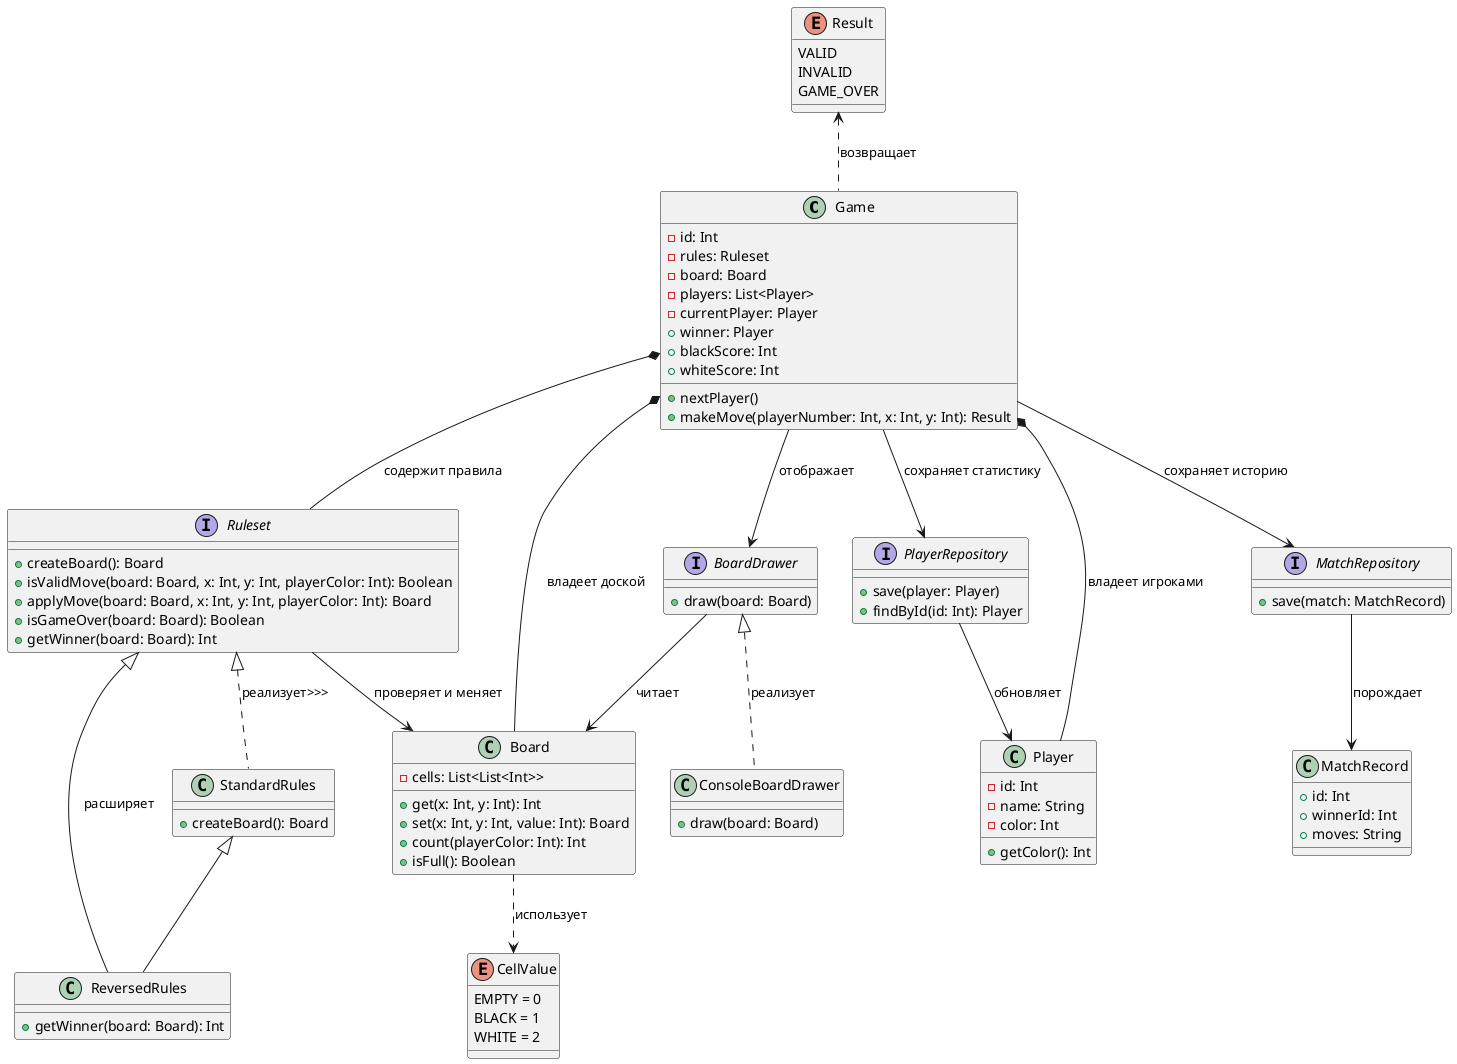
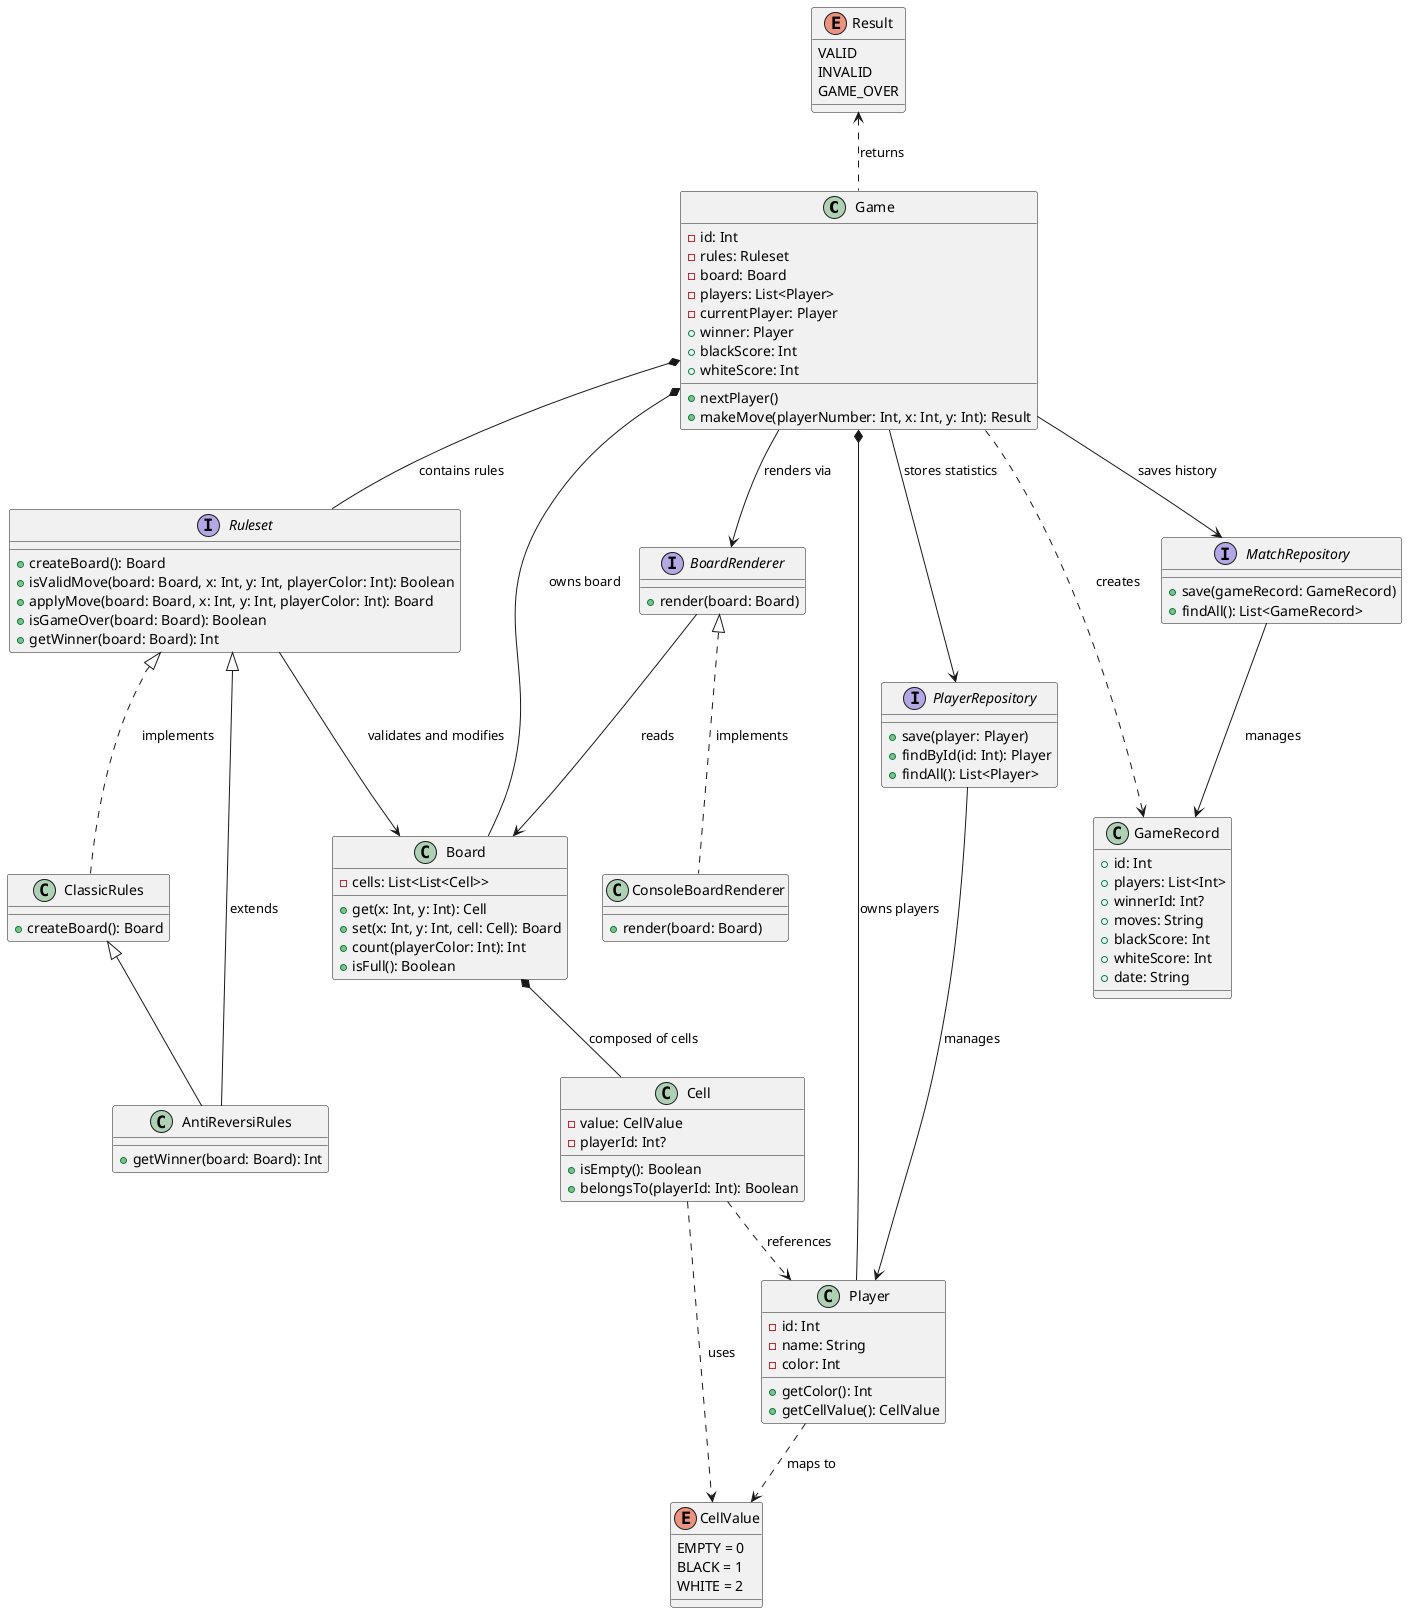
@startuml

class Game {
    - id: Int
    - rules: Ruleset
    - board: Board
    - players: List<Player>
    - currentPlayer: Player
    + winner: Player
    + blackScore: Int
    + whiteScore: Int
    + nextPlayer()
    + makeMove(playerNumber: Int, x: Int, y: Int): Result
}

interface Ruleset {
    + createBoard(): Board
    + isValidMove(board: Board, x: Int, y: Int, playerColor: Int): Boolean
    + applyMove(board: Board, x: Int, y: Int, playerColor: Int): Board
    + isGameOver(board: Board): Boolean
    + getWinner(board: Board): Int
}

- class StandardRules {
+ class ClassicRules {
    + createBoard(): Board
}

- class ReversedRules extends StandardRules {
+ class AntiReversiRules extends ClassicRules {
    + getWinner(board: Board): Int
}

class Board {
-     - cells: List<List<Int>>
-     + get(x: Int, y: Int): Int
-     + set(x: Int, y: Int, value: Int): Board
+     - cells: List<List<Cell>>
+     + get(x: Int, y: Int): Cell
+     + set(x: Int, y: Int, cell: Cell): Board
    + count(playerColor: Int): Int
    + isFull(): Boolean
+ }
+ 
+ class Cell {
+     - value: CellValue
+     - playerId: Int?
+     + isEmpty(): Boolean
+     + belongsTo(playerId: Int): Boolean
}

enum CellValue {
    EMPTY = 0
    BLACK = 1
    WHITE = 2
}

enum Result {
    VALID
    INVALID
    GAME_OVER
}

class Player {
    - id: Int
    - name: String
    - color: Int
    + getColor(): Int
+     + getCellValue(): CellValue
}

- interface BoardDrawer {
-     + draw(board: Board)
+ interface BoardRenderer {
+     + render(board: Board)
}

- class ConsoleBoardDrawer {
-     + draw(board: Board)
+ class ConsoleBoardRenderer {
+     + render(board: Board)
}

interface PlayerRepository {
    + save(player: Player)
    + findById(id: Int): Player
+     + findAll(): List<Player>
}

interface MatchRepository {
-     + save(match: MatchRecord)
+     + save(gameRecord: GameRecord)
+     + findAll(): List<GameRecord>
}

- class MatchRecord {
+ class GameRecord {
    + id: Int
-     + winnerId: Int
+     + players: List<Int>
+     + winnerId: Int?
    + moves: String
+     + blackScore: Int
+     + whiteScore: Int
+     + date: String
}

- Ruleset <|.. StandardRules : реализует>>>
- Ruleset <|-- ReversedRules : расширяет
+ ' Отношения
+ Ruleset <|.. ClassicRules : implements
+ Ruleset <|-- AntiReversiRules : extends

- Game *-- Ruleset : содержит правила
- Game *-- Board : владеет доской
- Game *-- Player : владеет игроками
+ Game *-- Ruleset : contains rules
+ Game *-- Board : owns board
+ Game *-- Player : owns players

- Ruleset --> Board : проверяет и меняет
- Board ..> CellValue : использует
- Result <.. Game : возвращает
- Game --> BoardDrawer : отображает
- BoardDrawer <|.. ConsoleBoardDrawer : реализует
- BoardDrawer --> Board : читает
+ Ruleset --> Board : validates and modifies
+ Board *-- Cell : composed of cells
+ Cell ..> CellValue : uses
+ Cell ..> Player : references
+ Player ..> CellValue : maps to

- Game --> PlayerRepository : сохраняет статистику
- Game --> MatchRepository : сохраняет историю
- MatchRepository --> MatchRecord : порождает
- PlayerRepository --> Player : обновляет
+ Result <.. Game : returns
+ Game --> BoardRenderer : renders via
+ BoardRenderer <|.. ConsoleBoardRenderer : implements
+ BoardRenderer --> Board : reads
+ 
+ Game --> PlayerRepository : stores statistics
+ Game --> MatchRepository : saves history
+ Game ..> GameRecord : creates
+ 
+ MatchRepository --> GameRecord : manages
+ PlayerRepository --> Player : manages

@enduml